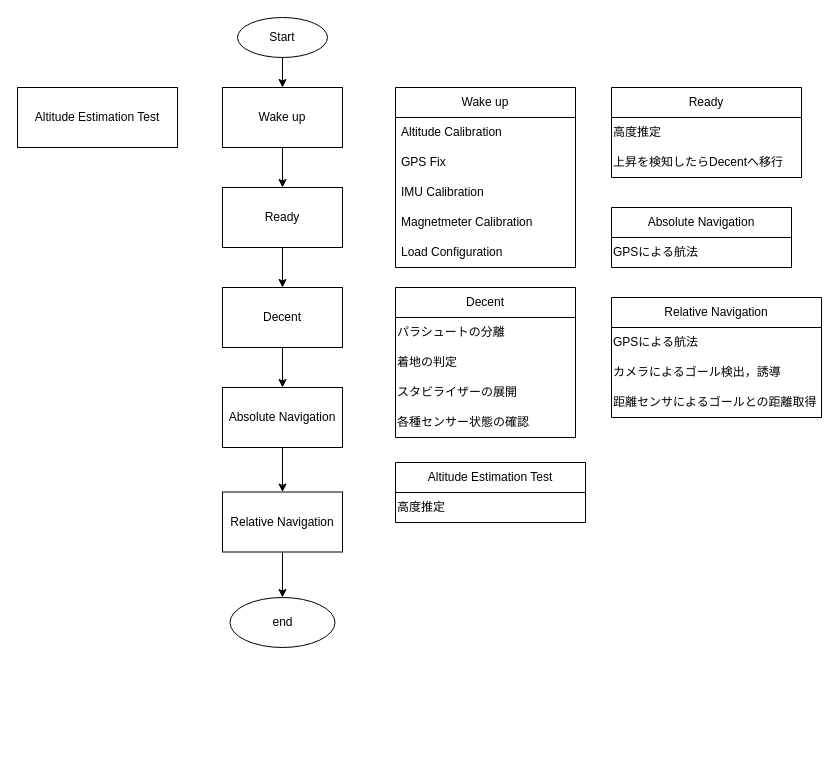
SatoshiRC/cansat_2026 keeps this draw.io diagram as User/Mode/mode_transition.dio. Above is the earlier version. Source tidied: cells renumbered, new cells numbered last; positions are measured from the earlier drawing's top-left corner, leaving out a move shared by most shapes. Both pictures are drawn from the tidied source at 100%, with x=0, y=0 at pixel (17, 17).
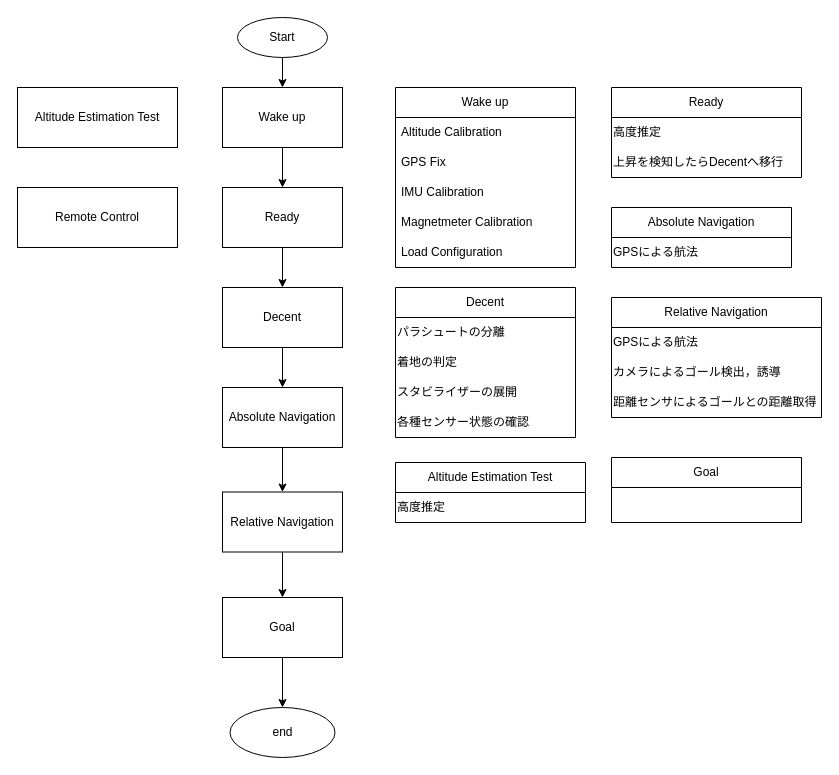
Above is the later version.

Commit message:
動作モードの遷移図を書いた

Unchanged cells that the change refers to:
```xml
<mxCell id="27" value="Relative Navigation" style="rounded=0;whiteSpace=wrap;html=1;" parent="1" vertex="1">
  <mxGeometry x="205" y="474.5" width="120" height="60" as="geometry" />
</mxCell>
```

Diff of the diagram source:
```diff
@@
-    <mxCell id="26" style="edgeStyle=none;html=1;" parent="1" edge="1" source="27" target="34">
-      <mxGeometry relative="1" as="geometry" />
-    </mxCell>
+    <mxCell id="38" style="edgeStyle=none;html=1;" parent="1" edge="1" source="27" target="42">
+      <mxGeometry relative="1" as="geometry" />
+    </mxCell>
@@
     <mxCell id="34" value="end" style="ellipse;whiteSpace=wrap;html=1;" parent="1" vertex="1">
-      <mxGeometry x="212.5" y="580" width="105" height="50" as="geometry" />
+      <mxGeometry x="212.5" y="690" width="105" height="50" as="geometry" />
     </mxCell>
@@
+    <mxCell id="39" value="Remote Control" style="rounded=0;whiteSpace=wrap;html=1;" parent="1" vertex="1">
+      <mxGeometry y="170" width="160" height="60" as="geometry" />
+    </mxCell>
+    <mxCell id="40" value="Goal" style="swimlane;fontStyle=0;horizontal=1;startSize=30;whiteSpace=wrap;html=1;" parent="1" vertex="1">
+      <mxGeometry x="594" y="440" width="190" height="65" as="geometry" />
+    </mxCell>
+    <mxCell id="41" style="edgeStyle=none;html=1;" parent="1" edge="1" source="42" target="34">
+      <mxGeometry relative="1" as="geometry" />
+    </mxCell>
+    <mxCell id="42" value="Goal" style="rounded=0;whiteSpace=wrap;html=1;" parent="1" vertex="1">
+      <mxGeometry x="205" y="580" width="120" height="60" as="geometry" />
+    </mxCell>
```
